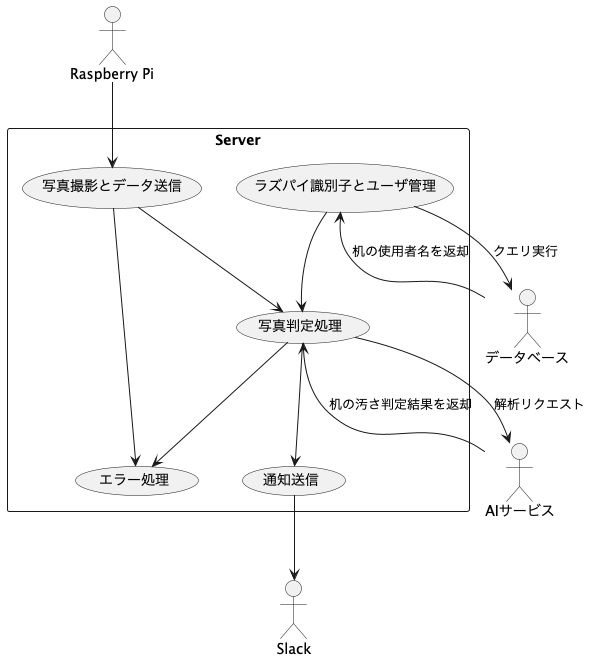
Earlier version of the PlantUML export UseCase.png (kangy106/OkatadukeClub).
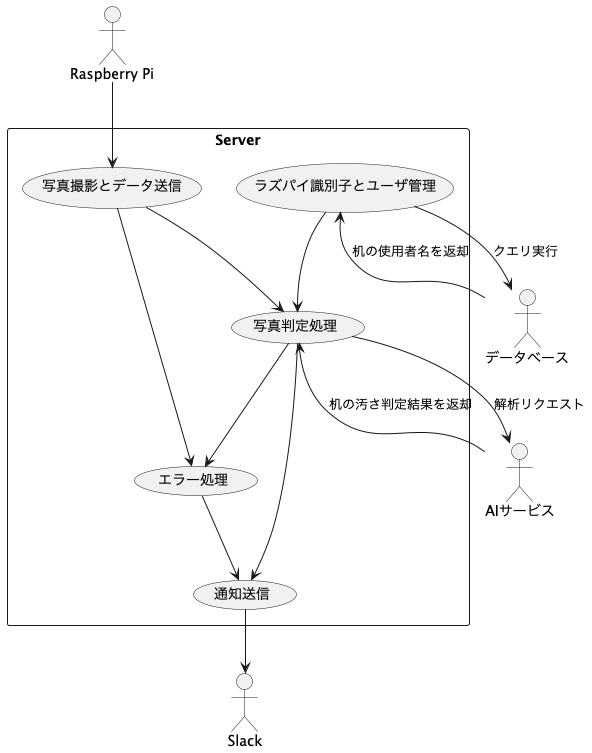
Above is the later version.

Change to the diagram source:
```diff
@@ -23,4 +23,5 @@
 UC2 --> UC5
 UC4 --> DB : クエリ実行
 DB --> UC4 : 机の使用者名を返却
+UC5 --> UC3
 @enduml
```
